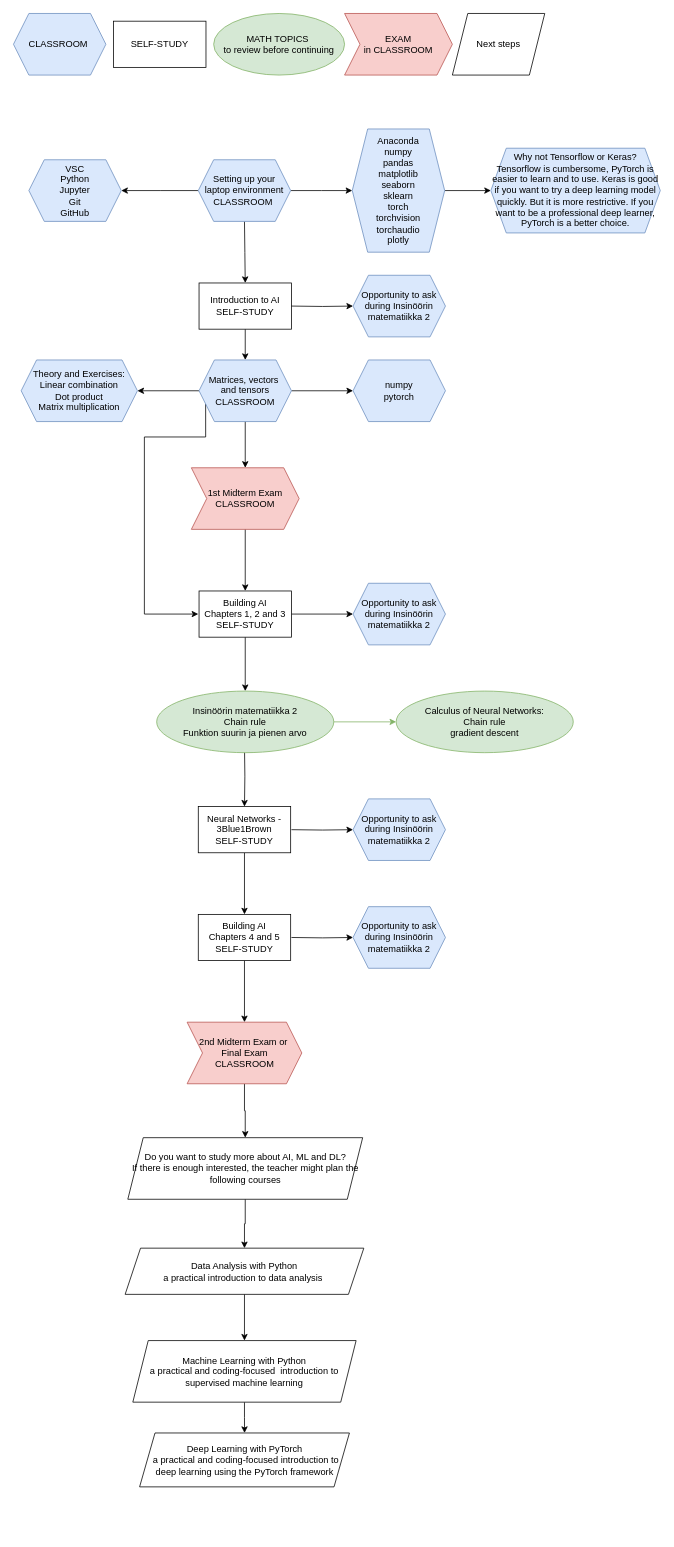
Earlier version of the draw.io diagram Workflow.drawio (henrylahteenmaki/draw.io). Source tidied: cells renumbered, new cells numbered last; positions are measured from the earlier drawing's top-left corner, leaving out a move shared by most shapes. Both pictures are drawn from the tidied source at 77%, with x=0, y=0 at pixel (13, 13).
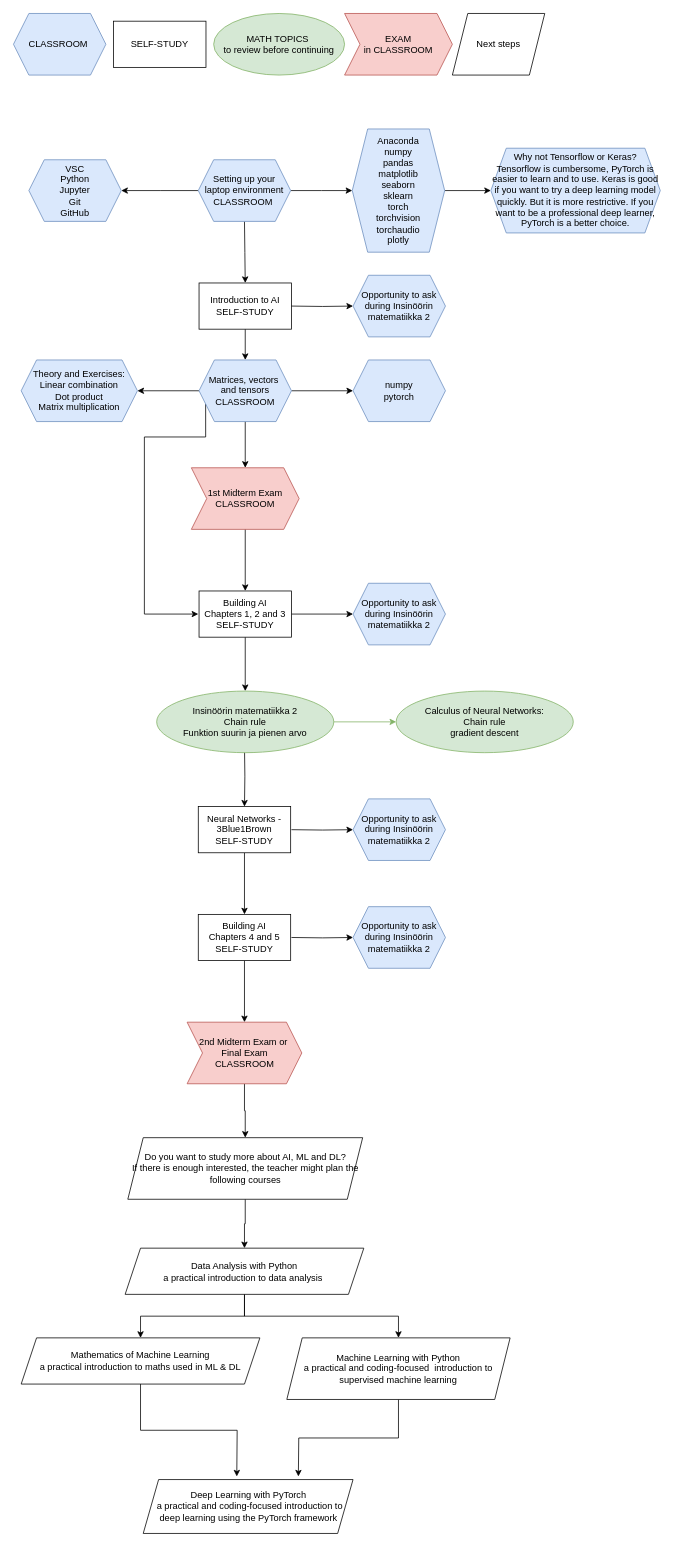
Above is the later version.

The change refers to these unchanged cells:
```xml
<mxCell id="47" value="Data Analysis with Python&lt;div&gt;a practical introduction to data analysis&amp;nbsp;&lt;br&gt;&lt;/div&gt;" style="shape=parallelogram;perimeter=parallelogramPerimeter;whiteSpace=wrap;html=1;fixedSize=1;" parent="1" vertex="1">
  <mxGeometry x="145" y="1603.5" width="310" height="60" as="geometry" />
</mxCell>
```

The edit, as a diff of the source:
```diff
@@
+    <mxCell id="53" style="edgeStyle=orthogonalEdgeStyle;rounded=0;jettySize=auto;html=1;" parent="1" edge="1" source="47" target="56">
+      <mxGeometry relative="1" as="geometry" />
+    </mxCell>
@@
-    <mxCell id="48" style="edgeStyle=orthogonalEdgeStyle;rounded=0;jettySize=auto;html=1;" parent="1" edge="1" source="49" target="50">
-      <mxGeometry relative="1" as="geometry" />
-    </mxCell>
+    <mxCell id="54" style="edgeStyle=orthogonalEdgeStyle;rounded=0;jettySize=auto;html=1;" parent="1" edge="1" source="49">
+      <mxGeometry relative="1" as="geometry">
+        <mxPoint x="370" y="1900" as="targetPoint" />
+      </mxGeometry>
+    </mxCell>
     <mxCell id="49" value="&lt;div&gt;Machine Learning with Python&lt;/div&gt;&lt;div&gt;&lt;span style=&quot;background-color: initial;&quot;&gt;a practical&amp;nbsp;&lt;/span&gt;and coding-focused&lt;span style=&quot;background-color: initial;&quot;&gt;&amp;nbsp; introduction to supervised machine learning&lt;/span&gt;&lt;/div&gt;" style="shape=parallelogram;perimeter=parallelogramPerimeter;whiteSpace=wrap;html=1;fixedSize=1;" parent="1" vertex="1">
-      <mxGeometry x="155" y="1723.5" width="290" height="80" as="geometry" />
+      <mxGeometry x="355" y="1720" width="290" height="80" as="geometry" />
     </mxCell>
     <mxCell id="50" value="Deep Learning with PyTorch&lt;div&gt;&amp;nbsp;a practical and coding-focused introduction to deep learning using the PyTorch framework&lt;br&gt;&lt;/div&gt;" style="shape=parallelogram;perimeter=parallelogramPerimeter;whiteSpace=wrap;html=1;fixedSize=1;" parent="1" vertex="1">
-      <mxGeometry x="163.8" y="1843.5" width="272.5" height="70" as="geometry" />
+      <mxGeometry x="168.5" y="1904" width="272.5" height="70" as="geometry" />
     </mxCell>
@@
+    <mxCell id="55" style="edgeStyle=orthogonalEdgeStyle;rounded=0;jettySize=auto;html=1;" parent="1" edge="1" source="56">
+      <mxGeometry relative="1" as="geometry">
+        <mxPoint x="290" y="1900" as="targetPoint" />
+      </mxGeometry>
+    </mxCell>
+    <mxCell id="56" value="Mathematics of Machine Learning&lt;div&gt;a practical introduction to maths used in ML &amp;amp; DL&lt;br&gt;&lt;/div&gt;" style="shape=parallelogram;perimeter=parallelogramPerimeter;whiteSpace=wrap;html=1;fixedSize=1;" parent="1" vertex="1">
+      <mxGeometry x="10" y="1720" width="310" height="60" as="geometry" />
+    </mxCell>
```
